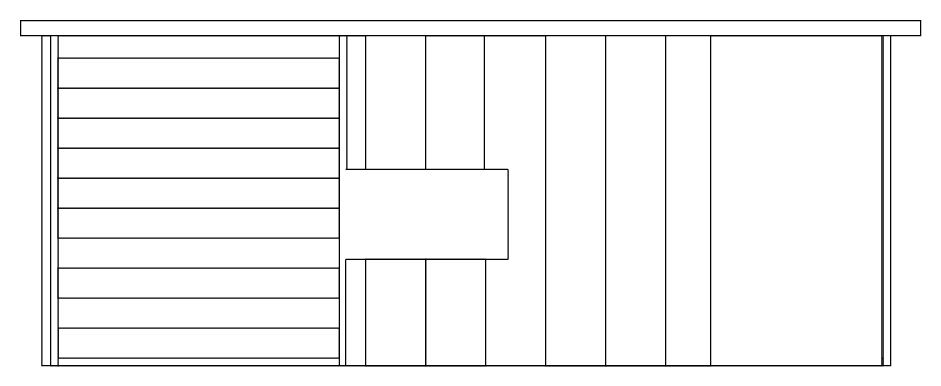
Earlier version of the draw.io diagram Library Catelog Program/Janacek Elevation/Savannah.drawio (ghthompson/Group-Project-for-Visual-Basic). Source tidied: cells renumbered, new cells numbered last; positions are measured from the earlier drawing's top-left corner, leaving out a move shared by most shapes. Both pictures are drawn from the tidied source at 125%, with x=0, y=0 at pixel (20, 20).
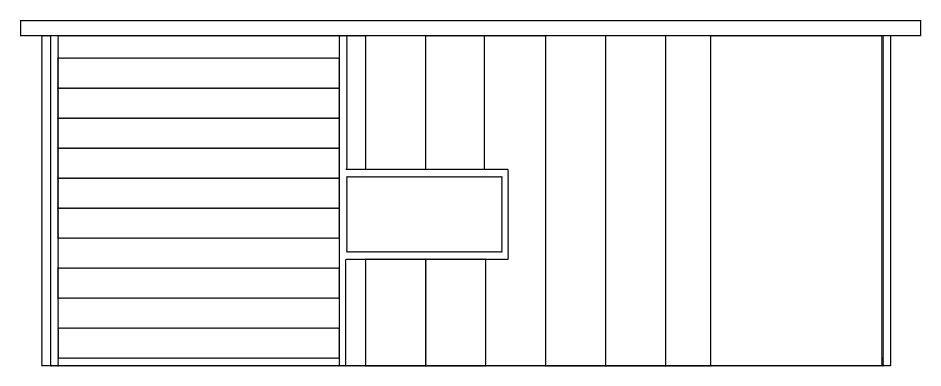
The same page after the edit.

Commit message (it also covers changes not shown here):
Update Janacek Elevation/Savannah.drawio

Diff of the diagram source:
```diff
@@
+    <mxCell id="30" style="rounded=0;whiteSpace=wrap;html=1;strokeWidth=1;" parent="1" vertex="1">
+      <mxGeometry x="261" y="125" width="124" height="60" as="geometry" />
+    </mxCell>
```
